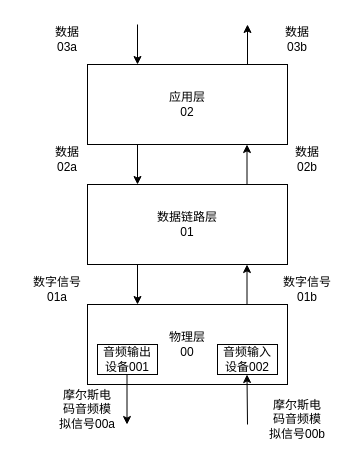
Earlier version of the draw.io diagram Untitled Diagram.drawio (catchFishCat/Morse-code-patent). Source tidied: cells renumbered, new cells numbered last; positions are measured from the earlier drawing's top-left corner, leaving out a move shared by most shapes. Both pictures are drawn from the tidied source at 100%, with x=0, y=0 at pixel (17, 24).
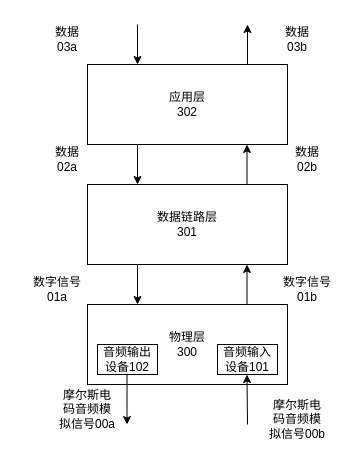
The same page after the edit.

What changed in the source:
```diff
@@
-    <mxCell id="2" value="物理层&lt;br&gt;00" style="rounded=0;whiteSpace=wrap;html=1;" parent="1" vertex="1">
+    <mxCell id="2" value="物理层&lt;br&gt;300" style="rounded=0;whiteSpace=wrap;html=1;" parent="1" vertex="1">
       <mxGeometry x="70" y="280" width="200" height="80" as="geometry" />
     </mxCell>
-    <mxCell id="3" value="音频输入设备002" style="rounded=0;whiteSpace=wrap;html=1;" parent="1" vertex="1">
+    <mxCell id="3" value="音频输入设备101" style="rounded=0;whiteSpace=wrap;html=1;" parent="1" vertex="1">
       <mxGeometry x="200" y="320" width="60" height="30" as="geometry" />
     </mxCell>
-    <mxCell id="4" value="音频输出设备001" style="rounded=0;whiteSpace=wrap;html=1;" parent="1" vertex="1">
+    <mxCell id="4" value="音频输出设备102" style="rounded=0;whiteSpace=wrap;html=1;" parent="1" vertex="1">
       <mxGeometry x="80" y="320" width="60" height="30" as="geometry" />
     </mxCell>
-    <mxCell id="5" value="数据链路层&lt;br&gt;01" style="rounded=0;whiteSpace=wrap;html=1;" parent="1" vertex="1">
+    <mxCell id="5" value="数据链路层&lt;br&gt;301" style="rounded=0;whiteSpace=wrap;html=1;" parent="1" vertex="1">
       <mxGeometry x="70" y="160" width="200" height="80" as="geometry" />
     </mxCell>
-    <mxCell id="6" value="应用层&lt;br&gt;02" style="rounded=0;whiteSpace=wrap;html=1;" parent="1" vertex="1">
+    <mxCell id="6" value="应用层&lt;br&gt;302" style="rounded=0;whiteSpace=wrap;html=1;" parent="1" vertex="1">
       <mxGeometry x="70" y="40" width="200" height="80" as="geometry" />
     </mxCell>
```
